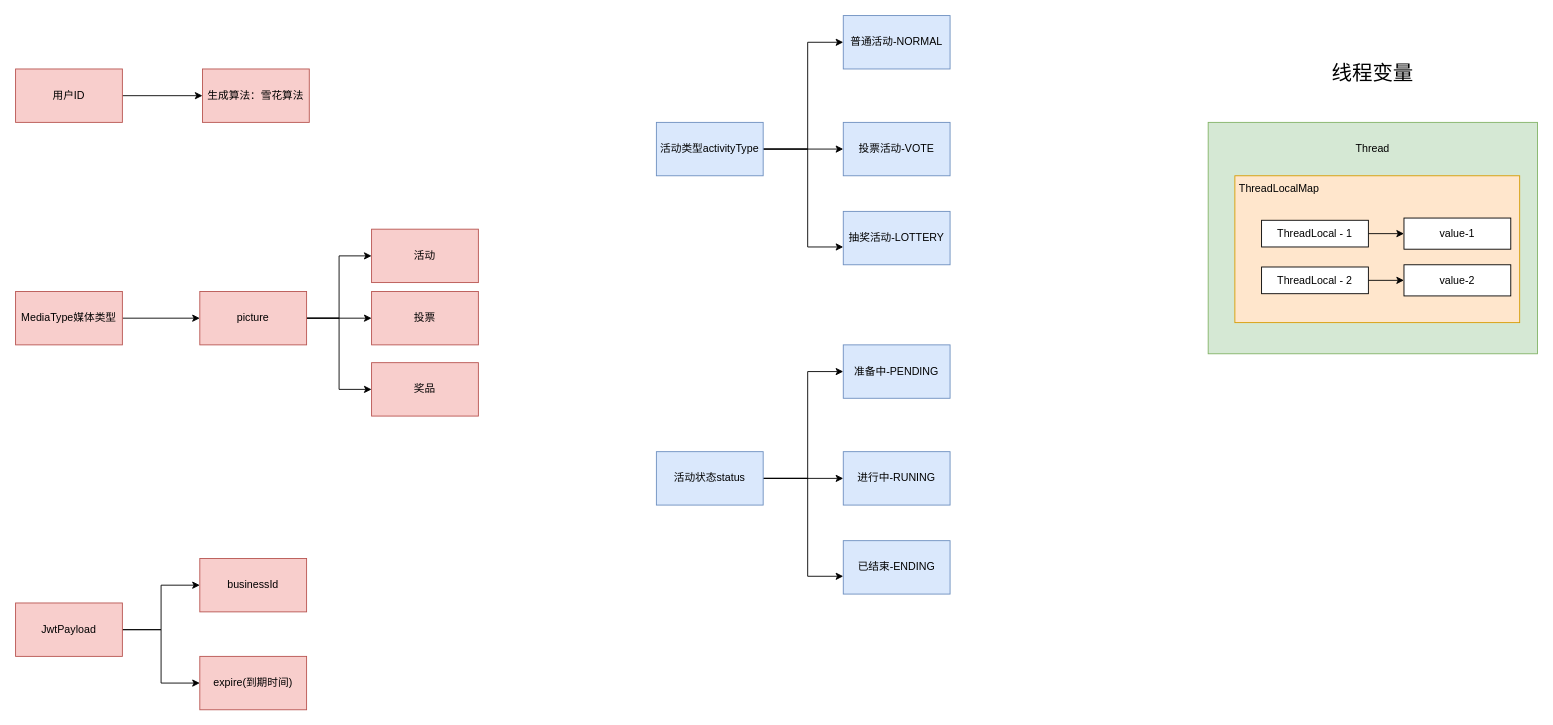
The draw.io diagram page "常量设计" (5 of 12) of Lottery.drawio in onlyactwo/DrawIO, before the edit. Source tidied: cells renumbered, new cells numbered last; positions are measured from the earlier drawing's top-left corner, leaving out a move shared by most shapes. Both pictures are drawn from the tidied source at 89%, with x=0, y=0 at pixel (15, 15).
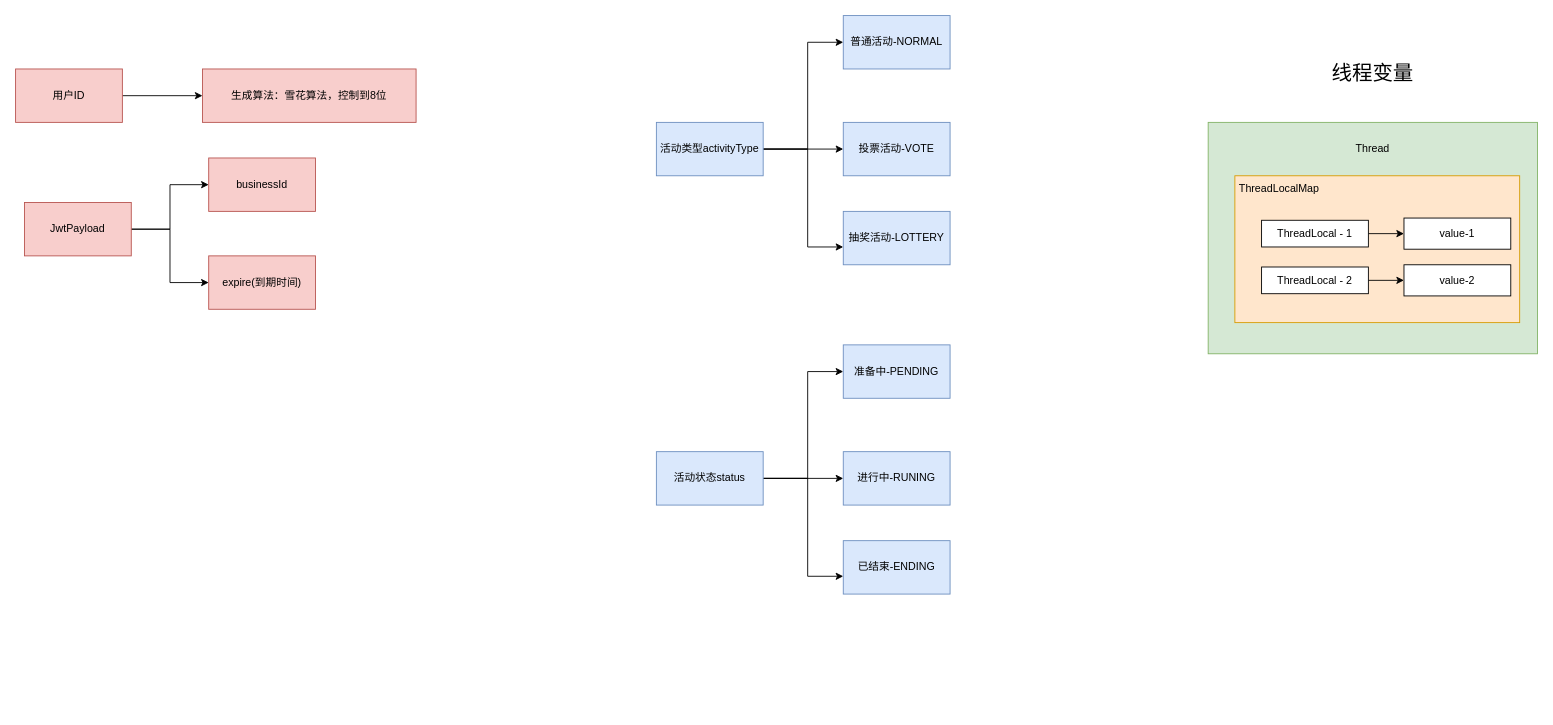
After the change.

What changed in the source:
```diff
@@
-    <mxCell id="18" value="生成算法：雪花算法" style="whiteSpace=wrap;html=1;fillColor=#f8cecc;strokeColor=#b85450;rounded=0;" parent="1" vertex="1">
-      <mxGeometry x="210" y="60" width="120" height="60" as="geometry" />
+    <mxCell id="18" value="生成算法：雪花算法，控制到8位" style="whiteSpace=wrap;html=1;fillColor=#f8cecc;strokeColor=#b85450;rounded=0;" parent="1" vertex="1">
+      <mxGeometry x="210" y="60" width="240" height="60" as="geometry" />
     </mxCell>
-    <mxCell id="19" style="edgeStyle=orthogonalEdgeStyle;rounded=0;jettySize=auto;html=1;" parent="1" edge="1" source="20" target="24">
-      <mxGeometry relative="1" as="geometry" />
-    </mxCell>
-    <mxCell id="20" value="MediaType媒体类型" style="rounded=0;whiteSpace=wrap;html=1;fillColor=#f8cecc;strokeColor=#b85450;" parent="1" vertex="1">
-      <mxGeometry y="310" width="120" height="60" as="geometry" />
-    </mxCell>
-    <mxCell id="21" style="edgeStyle=orthogonalEdgeStyle;rounded=0;jettySize=auto;html=1;entryX=0;entryY=0.5;entryDx=0;entryDy=0;" parent="1" edge="1" source="24" target="25">
-      <mxGeometry relative="1" as="geometry" />
-    </mxCell>
-    <mxCell id="22" style="edgeStyle=orthogonalEdgeStyle;rounded=0;jettySize=auto;html=1;exitX=1;exitY=0.5;exitDx=0;exitDy=0;entryX=0;entryY=0.5;entryDx=0;entryDy=0;" parent="1" edge="1" source="24" target="26">
-      <mxGeometry relative="1" as="geometry" />
-    </mxCell>
-    <mxCell id="23" style="edgeStyle=orthogonalEdgeStyle;rounded=0;jettySize=auto;html=1;" parent="1" edge="1" source="24" target="32">
-      <mxGeometry relative="1" as="geometry" />
-    </mxCell>
-    <mxCell id="24" value="picture" style="whiteSpace=wrap;html=1;fillColor=#f8cecc;strokeColor=#b85450;rounded=0;" parent="1" vertex="1">
-      <mxGeometry x="207" y="310" width="120" height="60" as="geometry" />
-    </mxCell>
-    <mxCell id="25" value="活动" style="whiteSpace=wrap;html=1;fillColor=#f8cecc;strokeColor=#b85450;rounded=0;" parent="1" vertex="1">
-      <mxGeometry x="400" y="240" width="120" height="60" as="geometry" />
-    </mxCell>
-    <mxCell id="26" value="奖品" style="whiteSpace=wrap;html=1;fillColor=#f8cecc;strokeColor=#b85450;rounded=0;" parent="1" vertex="1">
-      <mxGeometry x="400" y="390" width="120" height="60" as="geometry" />
-    </mxCell>
@@
     <mxCell id="29" value="JwtPayload" style="rounded=0;whiteSpace=wrap;html=1;fillColor=#f8cecc;strokeColor=#b85450;" parent="1" vertex="1">
-      <mxGeometry y="660" width="120" height="60" as="geometry" />
+      <mxGeometry x="10" y="210" width="120" height="60" as="geometry" />
     </mxCell>
     <mxCell id="30" value="businessId" style="whiteSpace=wrap;html=1;rounded=0;fillColor=#f8cecc;strokeColor=#b85450;" parent="1" vertex="1">
-      <mxGeometry x="207" y="610" width="120" height="60" as="geometry" />
+      <mxGeometry x="217" y="160" width="120" height="60" as="geometry" />
     </mxCell>
     <mxCell id="31" value="expire(到期时间)" style="whiteSpace=wrap;html=1;rounded=0;fillColor=#f8cecc;strokeColor=#b85450;" parent="1" vertex="1">
-      <mxGeometry x="207" y="720" width="120" height="60" as="geometry" />
+      <mxGeometry x="217" y="270" width="120" height="60" as="geometry" />
     </mxCell>
-    <mxCell id="32" value="投票" style="whiteSpace=wrap;html=1;fillColor=#f8cecc;strokeColor=#b85450;rounded=0;" parent="1" vertex="1">
-      <mxGeometry x="400" y="310" width="120" height="60" as="geometry" />
-    </mxCell>
```
